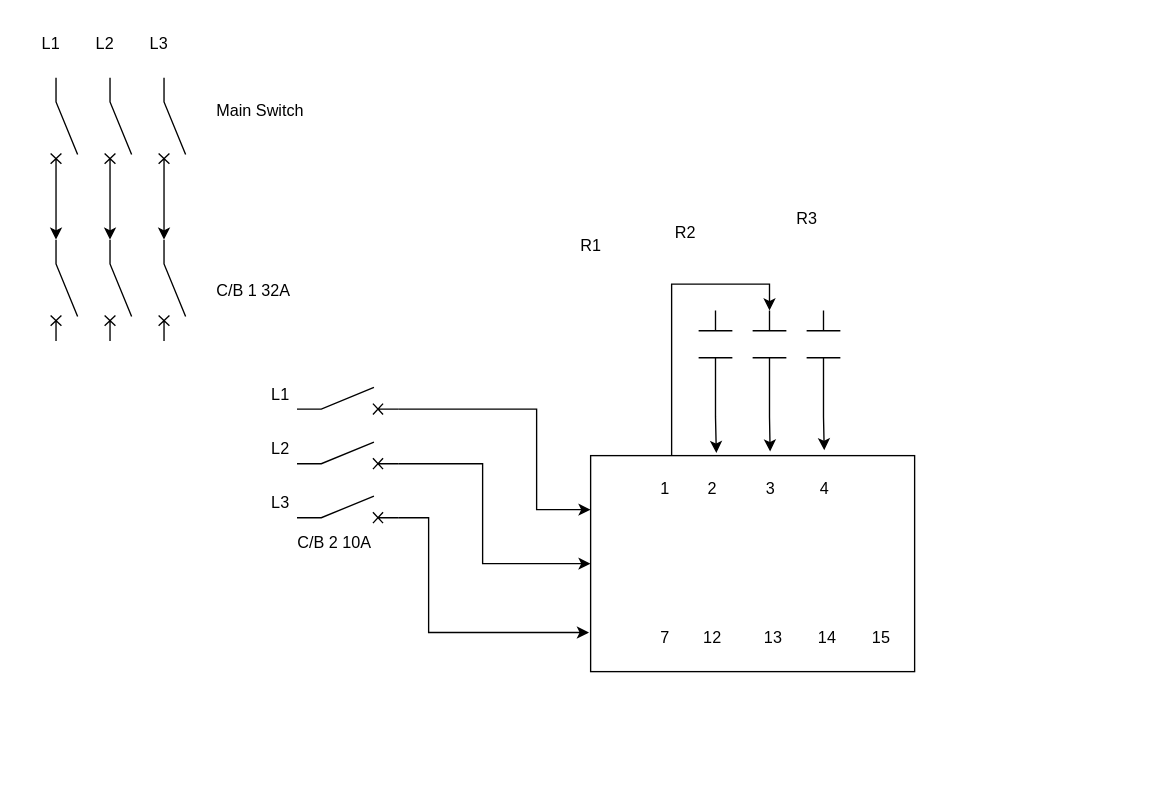
Earlier version of the draw.io diagram Electrical - Aerosol JNR.drawio (nicholas-carnie/Nicks-files). Source tidied: cells renumbered, new cells numbered last; positions are measured from the earlier drawing's top-left corner, leaving out a move shared by most shapes. Both pictures are drawn from the tidied source at 135%, with x=0, y=0 at pixel (23, 23).
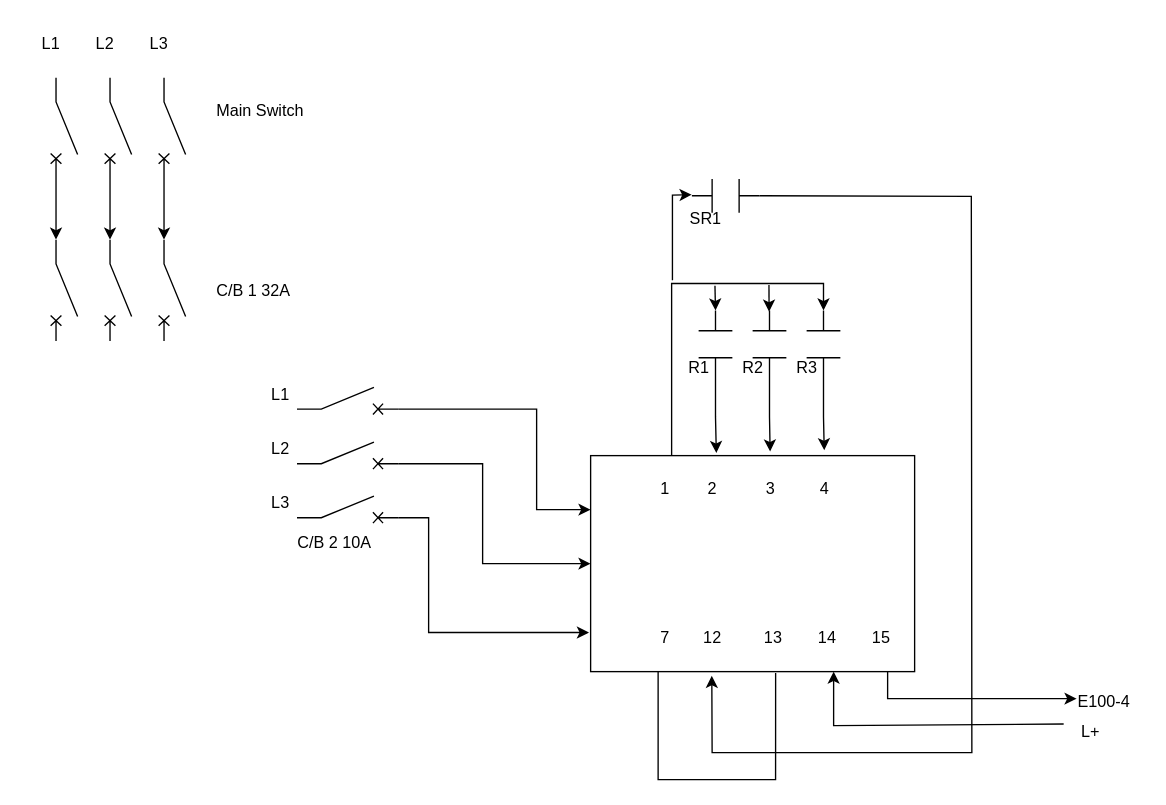
The same page after the edit.

The change refers to these unchanged cells:
```xml
<mxCell id="2" style="rounded=0;whiteSpace=wrap;html=1;" parent="1" vertex="1">
  <mxGeometry x="420" y="320" width="240" height="160" as="geometry" />
</mxCell>
<mxCell id="19" style="verticalLabelPosition=bottom;shadow=0;dashed=0;align=center;html=1;verticalAlign=top;shape=mxgraph.electrical.electro-mechanical.circuitBreaker2;elSwitchState=off;direction=east;" parent="1" vertex="1">
  <mxGeometry x="202.5" y="350" width="75" height="20" as="geometry" />
</mxCell>
<mxCell id="27" style="verticalLabelPosition=bottom;shadow=0;dashed=0;align=center;html=1;verticalAlign=top;shape=mxgraph.electrical.plc_ladder.contact;direction=south;" parent="1" vertex="1">
  <mxGeometry x="500" y="212.5" width="25" height="50" as="geometry" />
</mxCell>
<mxCell id="28" style="verticalLabelPosition=bottom;shadow=0;dashed=0;align=center;html=1;verticalAlign=top;shape=mxgraph.electrical.plc_ladder.contact;direction=south;" parent="1" vertex="1">
  <mxGeometry x="540" y="212.5" width="25" height="50" as="geometry" />
</mxCell>
<mxCell id="29" style="verticalLabelPosition=bottom;shadow=0;dashed=0;align=center;html=1;verticalAlign=top;shape=mxgraph.electrical.plc_ladder.contact;direction=south;" parent="1" vertex="1">
  <mxGeometry x="580" y="212.5" width="25" height="50" as="geometry" />
</mxCell>
```

Diff of the diagram source:
```diff
@@
-    <mxCell id="26" style="edgeStyle=orthogonalEdgeStyle;rounded=0;jettySize=auto;html=1;exitX=1;exitY=0.8;exitDx=0;exitDy=0;entryX=-0.005;entryY=0.819;entryDx=0;entryDy=0;entryPerimeter=0;" parent="1" edge="1" source="19" target="2">
+    <mxCell id="26" style="edgeStyle=orthogonalEdgeStyle;rounded=0;jettySize=auto;html=1;exitX=1;exitY=0.8;exitDx=0;exitDy=0;entryX=-0.005;entryY=0.819;entryDx=0;entryDy=0;entryPerimeter=0;flowAnimation=0;shadow=0;jumpStyle=none;strokeColor=default;" parent="1" edge="1" source="19" target="2">
       <mxGeometry relative="1" as="geometry">
         <Array as="points">
           <mxPoint x="300" y="366" />
           <mxPoint x="300" y="451" />
         </Array>
       </mxGeometry>
     </mxCell>
@@
     <mxCell id="33" value="R1" style="text;html=1;align=center;verticalAlign=middle;strokeColor=none;fillColor=none;" parent="1" vertex="1">
-      <mxGeometry x="400" y="150" width="40" height="30" as="geometry" />
+      <mxGeometry x="480" y="239.5" width="40" height="30" as="geometry" />
     </mxCell>
     <mxCell id="34" value="R2" style="text;html=1;align=center;verticalAlign=middle;strokeColor=none;fillColor=none;" parent="1" vertex="1">
-      <mxGeometry x="470" y="140" width="40" height="30" as="geometry" />
+      <mxGeometry x="520" y="239.5" width="40" height="30" as="geometry" />
     </mxCell>
     <mxCell id="35" value="R3" style="text;html=1;align=center;verticalAlign=middle;strokeColor=none;fillColor=none;" parent="1" vertex="1">
-      <mxGeometry x="560" y="130" width="40" height="30" as="geometry" />
+      <mxGeometry x="560" y="239.5" width="40" height="30" as="geometry" />
     </mxCell>
@@
-    <mxCell id="45" style="edgeStyle=orthogonalEdgeStyle;rounded=0;jettySize=auto;html=1;exitX=0.25;exitY=0;exitDx=0;exitDy=0;entryX=0;entryY=0.5;entryDx=0;entryDy=0;entryPerimeter=0;" parent="1" edge="1" source="2" target="28">
-      <mxGeometry relative="1" as="geometry">
-        <Array as="points">
-          <mxPoint x="480" y="193" />
-          <mxPoint x="510" y="190" />
-          <mxPoint x="553" y="193" />
-        </Array>
-      </mxGeometry>
-    </mxCell>
+    <mxCell id="46" style="endArrow=classic;html=1;rounded=0;entryX=0;entryY=0.5;entryDx=0;entryDy=0;entryPerimeter=0;" parent="1" edge="1" target="27">
+      <mxGeometry relative="1" as="geometry">
+        <mxPoint x="512.1" y="194.1" as="sourcePoint" />
+      </mxGeometry>
+    </mxCell>
+    <mxCell id="47" style="edgeStyle=orthogonalEdgeStyle;rounded=0;jettySize=auto;html=1;exitX=0.25;exitY=0;exitDx=0;exitDy=0;entryX=0;entryY=0.5;entryDx=0;entryDy=0;entryPerimeter=0;" parent="1" edge="1" source="2" target="29">
+      <mxGeometry relative="1" as="geometry" />
+    </mxCell>
+    <mxCell id="48" style="endArrow=classic;html=1;rounded=0;entryX=0.017;entryY=0.512;entryDx=0;entryDy=0;entryPerimeter=0;" parent="1" edge="1" target="28">
+      <mxGeometry relative="1" as="geometry">
+        <mxPoint x="552.1" y="193.6" as="sourcePoint" />
+      </mxGeometry>
+    </mxCell>
+    <mxCell id="49" style="verticalLabelPosition=bottom;shadow=0;dashed=0;align=center;html=1;verticalAlign=top;shape=mxgraph.electrical.plc_ladder.contact;direction=west;" parent="1" vertex="1">
+      <mxGeometry x="495" y="115" width="50" height="25" as="geometry" />
+    </mxCell>
+    <mxCell id="50" style="endArrow=classic;html=1;rounded=0;entryX=1.003;entryY=0.531;entryDx=0;entryDy=0;entryPerimeter=0;" parent="1" edge="1" target="49">
+      <mxGeometry relative="1" as="geometry">
+        <mxPoint x="480.6" y="190" as="sourcePoint" />
+        <Array as="points">
+          <mxPoint x="480.6" y="127" />
+        </Array>
+      </mxGeometry>
+    </mxCell>
+    <mxCell id="51" value="SR1" style="text;html=1;align=center;verticalAlign=middle;strokeColor=none;fillColor=none;" parent="1" vertex="1">
+      <mxGeometry x="480" y="130" width="50" height="30" as="geometry" />
+    </mxCell>
+    <mxCell id="52" style="endArrow=classic;html=1;rounded=0;entryX=0.374;entryY=1.019;entryDx=0;entryDy=0;entryPerimeter=0;exitX=0;exitY=0.5;exitDx=0;exitDy=0;exitPerimeter=0;" parent="1" edge="1" source="49" target="2">
+      <mxGeometry relative="1" as="geometry">
+        <Array as="points">
+          <mxPoint x="702" y="128" />
+          <mxPoint x="702.4" y="540" />
+          <mxPoint x="510" y="540" />
+        </Array>
+      </mxGeometry>
+    </mxCell>
+    <mxCell id="53" style="endArrow=none;html=1;rounded=0;exitX=0.571;exitY=1.006;exitDx=0;exitDy=0;exitPerimeter=0;" parent="1" edge="1" source="2">
+      <mxGeometry relative="1" as="geometry">
+        <mxPoint x="470" y="480" as="targetPoint" />
+        <Array as="points">
+          <mxPoint x="557" y="560" />
+          <mxPoint x="470" y="560" />
+        </Array>
+      </mxGeometry>
+    </mxCell>
+    <mxCell id="54" style="endArrow=classic;html=1;rounded=0;entryX=0.167;entryY=0.4;entryDx=0;entryDy=0;entryPerimeter=0;" parent="1" edge="1" target="57">
+      <mxGeometry relative="1" as="geometry">
+        <mxPoint x="640" y="480" as="sourcePoint" />
+        <Array as="points">
+          <mxPoint x="640" y="500" />
+        </Array>
+      </mxGeometry>
+    </mxCell>
+    <mxCell id="55" value="L+" style="text;html=1;align=center;verticalAlign=middle;points=[];strokeColor=none;fillColor=none;" parent="1" vertex="1">
+      <mxGeometry x="770" y="510" width="40" height="30" as="geometry" />
+    </mxCell>
+    <mxCell id="56" style="endArrow=classic;html=1;rounded=0;exitX=0.01;exitY=0.293;exitDx=0;exitDy=0;exitPerimeter=0;" parent="1" edge="1" source="55">
+      <mxGeometry relative="1" as="geometry">
+        <mxPoint x="600" y="480" as="targetPoint" />
+        <Array as="points">
+          <mxPoint x="600" y="520" />
+        </Array>
+      </mxGeometry>
+    </mxCell>
+    <mxCell id="57" value="E100-4" style="text;html=1;align=center;verticalAlign=middle;points=[];strokeColor=none;fillColor=none;" parent="1" vertex="1">
+      <mxGeometry x="770" y="488" width="60" height="30" as="geometry" />
+    </mxCell>
```
